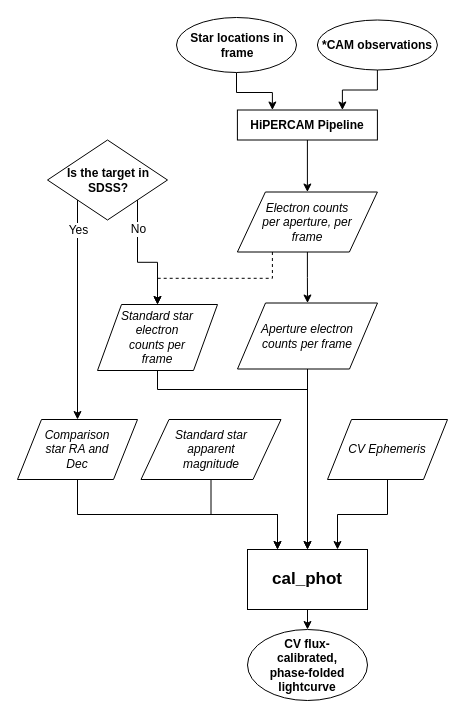
Earlier version of the draw.io diagram cal_phot.drawio (wildjames/cal_phot). Source tidied: cells renumbered, new cells numbered last; positions are measured from the earlier drawing's top-left corner, leaving out a move shared by most shapes. Both pictures are drawn from the tidied source at 100%, with x=0, y=0 at pixel (17, 17).
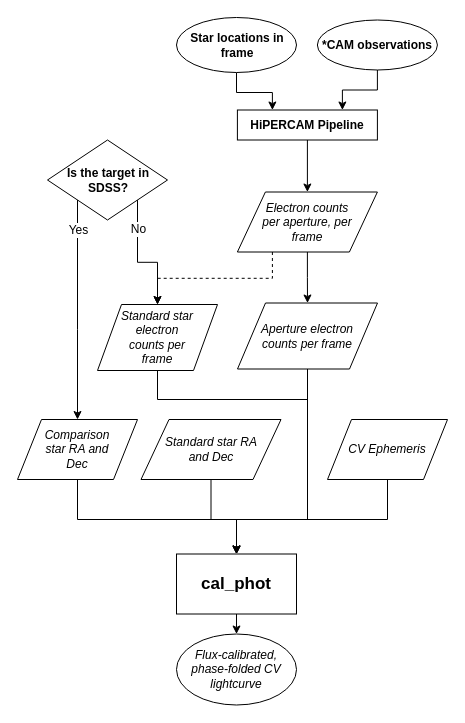
The same page after the edit.

Unchanged cells that the change refers to:
```xml
<mxCell id="10" value="&lt;div style=&quot;text-align: center&quot;&gt;&lt;b&gt;Is the target in SDSS?&lt;/b&gt;&lt;/div&gt;" style="rhombus;whiteSpace=wrap;html=1;align=left;" parent="1" vertex="1">
  <mxGeometry x="30" y="122.5" width="120" height="80" as="geometry" />
</mxCell>
<mxCell id="17" value="&lt;i&gt;Standard star electron counts per frame&lt;/i&gt;" style="shape=parallelogram;perimeter=parallelogramPerimeter;whiteSpace=wrap;html=1;align=center;spacingLeft=20;spacingRight=20;" parent="1" vertex="1">
  <mxGeometry x="80" y="287" width="120" height="66" as="geometry" />
</mxCell>
<mxCell id="19" value="&lt;i&gt;Aperture electron counts per frame&lt;/i&gt;" style="shape=parallelogram;perimeter=parallelogramPerimeter;whiteSpace=wrap;html=1;align=center;spacingLeft=20;spacingRight=20;" parent="1" vertex="1">
  <mxGeometry x="220" y="285.5" width="140" height="66" as="geometry" />
</mxCell>
<mxCell id="26" value="Comparison star RA and Dec" style="shape=parallelogram;perimeter=parallelogramPerimeter;whiteSpace=wrap;html=1;spacingLeft=20;spacingRight=20;fontStyle=2;" parent="1" vertex="1">
  <mxGeometry y="402" width="120" height="60" as="geometry" />
</mxCell>
<mxCell id="28" value="&lt;i&gt;CV Ephemeris&lt;/i&gt;" style="shape=parallelogram;perimeter=parallelogramPerimeter;whiteSpace=wrap;html=1;" parent="1" vertex="1">
  <mxGeometry x="310" y="402" width="120" height="60" as="geometry" />
</mxCell>
```

Change to the diagram source:
```diff
@@
     <mxCell id="8" style="edgeStyle=orthogonalEdgeStyle;rounded=0;jettySize=auto;html=1;exitX=0;exitY=1;exitDx=0;exitDy=0;entryX=0.5;entryY=0;entryDx=0;entryDy=0;" parent="1" edge="1" source="10" target="26">
-      <mxGeometry relative="1" as="geometry" />
+      <mxGeometry relative="1" as="geometry">
+        <Array as="points">
+          <mxPoint x="60" y="312" />
+          <mxPoint x="60" y="312" />
+        </Array>
+      </mxGeometry>
     </mxCell>
@@
     <mxCell id="16" style="edgeStyle=orthogonalEdgeStyle;rounded=0;jettySize=auto;html=1;exitX=0.5;exitY=1;exitDx=0;exitDy=0;entryX=0.5;entryY=0;entryDx=0;entryDy=0;" parent="1" edge="1" source="17" target="22">
       <mxGeometry relative="1" as="geometry">
         <Array as="points">
-          <mxPoint x="140" y="372" />
-          <mxPoint x="290" y="372" />
+          <mxPoint x="140" y="382" />
+          <mxPoint x="290" y="382" />
+          <mxPoint x="290" y="502" />
+          <mxPoint x="219" y="502" />
         </Array>
       </mxGeometry>
     </mxCell>
@@
     <mxCell id="18" style="edgeStyle=orthogonalEdgeStyle;rounded=0;jettySize=auto;html=1;exitX=0.5;exitY=1;exitDx=0;exitDy=0;entryX=0.5;entryY=0;entryDx=0;entryDy=0;" parent="1" edge="1" source="19" target="22">
-      <mxGeometry relative="1" as="geometry" />
+      <mxGeometry relative="1" as="geometry">
+        <Array as="points">
+          <mxPoint x="290" y="502" />
+          <mxPoint x="219" y="502" />
+        </Array>
+      </mxGeometry>
     </mxCell>
@@
-    <mxCell id="20" value="&lt;b&gt;CV flux-calibrated, phase-folded lightcurve&lt;/b&gt;" style="ellipse;whiteSpace=wrap;html=1;align=center;spacingLeft=10;spacingRight=10;" parent="1" vertex="1">
-      <mxGeometry x="230" y="612" width="120" height="71" as="geometry" />
+    <mxCell id="20" value="&lt;i&gt;Flux-calibrated, phase-folded CV lightcurve&lt;/i&gt;" style="ellipse;whiteSpace=wrap;html=1;align=center;spacingLeft=10;spacingRight=10;" parent="1" vertex="1">
+      <mxGeometry x="159" y="616.5" width="120" height="71" as="geometry" />
     </mxCell>
@@
     <mxCell id="22" value="&lt;font style=&quot;font-size: 17px&quot;&gt;&lt;b&gt;cal_phot&lt;/b&gt;&lt;/font&gt;" style="rounded=0;whiteSpace=wrap;html=1;" parent="1" vertex="1">
-      <mxGeometry x="230" y="532" width="120" height="60" as="geometry" />
+      <mxGeometry x="159" y="536.5" width="120" height="60" as="geometry" />
     </mxCell>
-    <mxCell id="23" style="edgeStyle=orthogonalEdgeStyle;rounded=0;jettySize=auto;html=1;exitX=0.5;exitY=1;exitDx=0;exitDy=0;entryX=0.25;entryY=0;entryDx=0;entryDy=0;" parent="1" edge="1" source="24" target="22">
-      <mxGeometry relative="1" as="geometry" />
+    <mxCell id="23" style="edgeStyle=orthogonalEdgeStyle;rounded=0;jettySize=auto;html=1;exitX=0.5;exitY=1;exitDx=0;exitDy=0;entryX=0.5;entryY=0;entryDx=0;entryDy=0;" parent="1" edge="1" source="24" target="22">
+      <mxGeometry relative="1" as="geometry">
+        <Array as="points">
+          <mxPoint x="194" y="502" />
+          <mxPoint x="219" y="502" />
+        </Array>
+      </mxGeometry>
     </mxCell>
-    <mxCell id="24" value="&lt;i&gt;Standard star apparent magnitude&lt;/i&gt;" style="shape=parallelogram;perimeter=parallelogramPerimeter;whiteSpace=wrap;html=1;spacingLeft=20;spacingRight=20;" parent="1" vertex="1">
+    <mxCell id="24" value="&lt;i&gt;Standard star RA and Dec&lt;/i&gt;" style="shape=parallelogram;perimeter=parallelogramPerimeter;whiteSpace=wrap;html=1;spacingLeft=20;spacingRight=20;" parent="1" vertex="1">
       <mxGeometry x="123.5" y="402" width="140" height="60" as="geometry" />
     </mxCell>
-    <mxCell id="25" style="edgeStyle=orthogonalEdgeStyle;rounded=0;jettySize=auto;html=1;exitX=0.5;exitY=1;exitDx=0;exitDy=0;entryX=0.25;entryY=0;entryDx=0;entryDy=0;" parent="1" edge="1" source="26" target="22">
-      <mxGeometry relative="1" as="geometry" />
+    <mxCell id="25" style="edgeStyle=orthogonalEdgeStyle;rounded=0;jettySize=auto;html=1;exitX=0.5;exitY=1;exitDx=0;exitDy=0;entryX=0.5;entryY=0;entryDx=0;entryDy=0;" parent="1" edge="1" source="26" target="22">
+      <mxGeometry relative="1" as="geometry">
+        <Array as="points">
+          <mxPoint x="60" y="502" />
+          <mxPoint x="219" y="502" />
+        </Array>
+      </mxGeometry>
     </mxCell>
@@
-    <mxCell id="27" style="edgeStyle=orthogonalEdgeStyle;rounded=0;jettySize=auto;html=1;exitX=0.5;exitY=1;exitDx=0;exitDy=0;entryX=0.75;entryY=0;entryDx=0;entryDy=0;" parent="1" edge="1" source="28" target="22">
-      <mxGeometry relative="1" as="geometry" />
+    <mxCell id="27" style="edgeStyle=orthogonalEdgeStyle;rounded=0;jettySize=auto;html=1;exitX=0.5;exitY=1;exitDx=0;exitDy=0;entryX=0.5;entryY=0;entryDx=0;entryDy=0;" parent="1" edge="1" source="28" target="22">
+      <mxGeometry relative="1" as="geometry">
+        <Array as="points">
+          <mxPoint x="370" y="502" />
+          <mxPoint x="219" y="502" />
+        </Array>
+      </mxGeometry>
     </mxCell>
```
